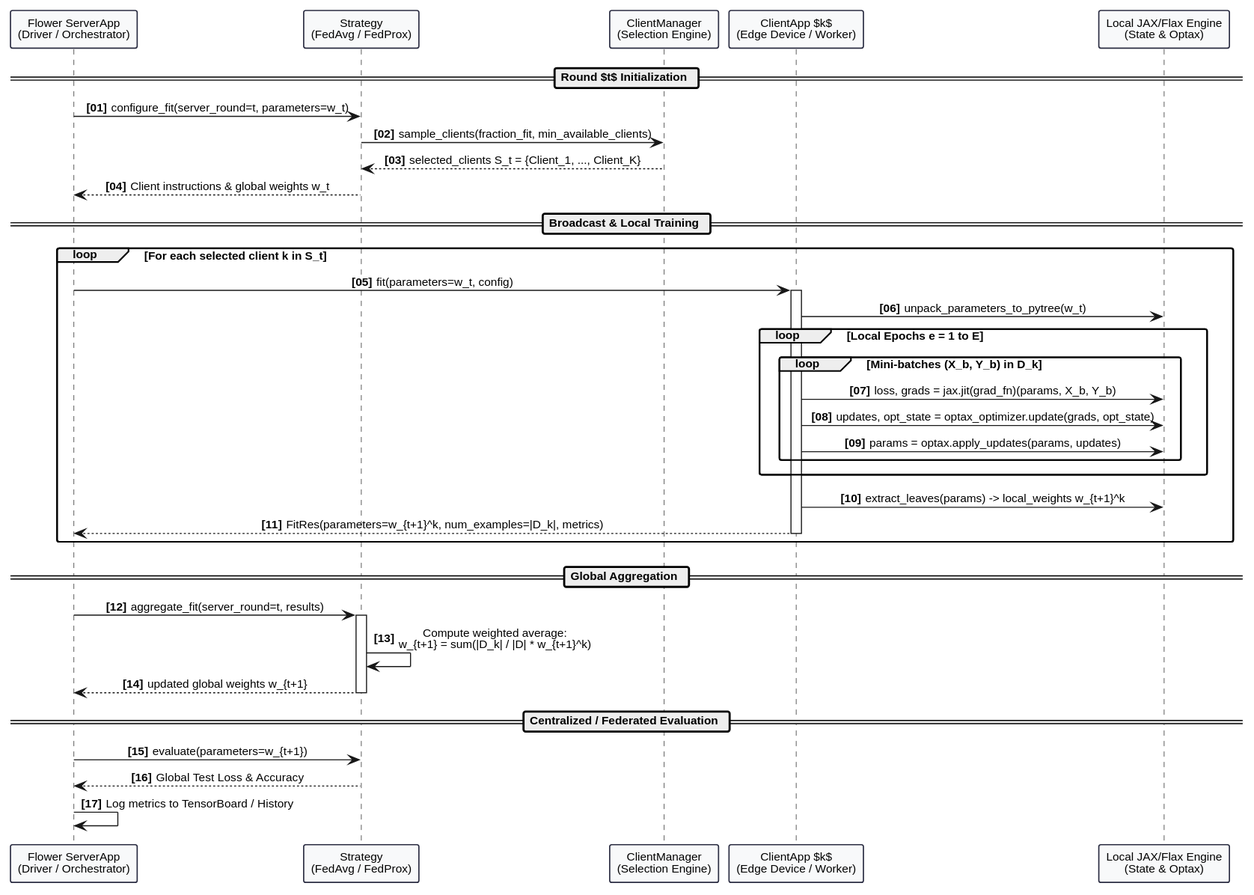
Before: diagrams/02-sequence-diagrams/fl_training_round.svg, a diagram exported from PlantUML (bernardbdas/research).
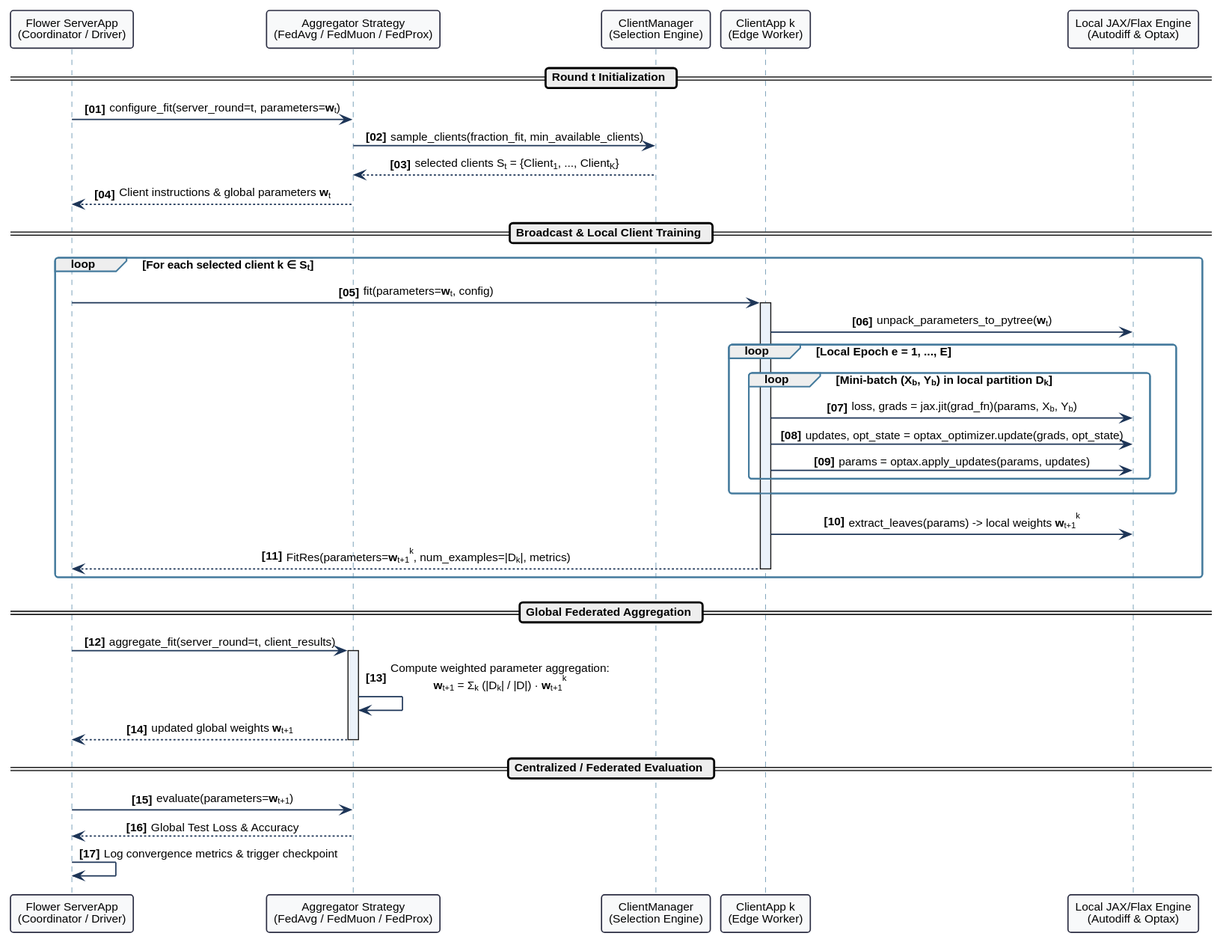
The same diagram one commit later.

Diff of the diagram source:
```diff
@@ -1,7 +1,7 @@
 @startuml
 skinparam monochrome false
 skinparam shadowing false
-skinparam roundcorner 4
+skinparam roundcorner 6
 skinparam defaultFontName "Helvetica"
 skinparam defaultFontSize 11
 skinparam sequenceMessageAlign center
@@ -12,48 +12,56 @@
     BorderThickness 1.2
 }
 
+skinparam sequence {
+    ArrowColor #1D3557
+    ArrowThickness 1.2
+    LifeLineBorderColor #457B9D
+    LifeLineBackgroundColor #EBF2FA
+    GroupBorderColor #457B9D
+}
+
 autonumber "<b>[00]</b>"
 
-participant "Flower ServerApp\n(Driver / Orchestrator)" as Server
-participant "Strategy\n(FedAvg / FedProx)" as Strategy
+participant "Flower ServerApp\n(Coordinator / Driver)" as Server
+participant "Aggregator Strategy\n(FedAvg / FedMuon / FedProx)" as Strategy
 participant "ClientManager\n(Selection Engine)" as CM
-participant "ClientApp $k$\n(Edge Device / Worker)" as Client
-participant "Local JAX/Flax Engine\n(State & Optax)" as JAX
+participant "ClientApp k\n(Edge Worker)" as Client
+participant "Local JAX/Flax Engine\n(Autodiff & Optax)" as JAX
 
-== Round $t$ Initialization ==
-Server -> Strategy : configure_fit(server_round=t, parameters=w_t)
+== Round t Initialization ==
+Server -> Strategy : configure_fit(server_round=t, parameters=<b>w</b><sub>t</sub>)
 Strategy -> CM : sample_clients(fraction_fit, min_available_clients)
-CM --> Strategy : selected_clients S_t = {Client_1, ..., Client_K}
-Strategy --> Server : Client instructions & global weights w_t
+CM --> Strategy : selected clients S<sub>t</sub> = {Client<sub>1</sub>, ..., Client<sub>K</sub>}
+Strategy --> Server : Client instructions & global parameters <b>w</b><sub>t</sub>
 
-== Broadcast & Local Training ==
-loop For each selected client k in S_t
-    Server -> Client : fit(parameters=w_t, config)
+== Broadcast & Local Client Training ==
+loop For each selected client k ∈ S<sub>t</sub>
+    Server -> Client : fit(parameters=<b>w</b><sub>t</sub>, config)
     activate Client
-    Client -> JAX : unpack_parameters_to_pytree(w_t)
+    Client -> JAX : unpack_parameters_to_pytree(<b>w</b><sub>t</sub>)
 
-    loop Local Epochs e = 1 to E
-        loop Mini-batches (X_b, Y_b) in D_k
-            Client -> JAX : loss, grads = jax.jit(grad_fn)(params, X_b, Y_b)
+    loop Local Epoch e = 1, ..., E
+        loop Mini-batch (X<sub>b</sub>, Y<sub>b</sub>) in local partition D<sub>k</sub>
+            Client -> JAX : loss, grads = jax.jit(grad_fn)(params, X<sub>b</sub>, Y<sub>b</sub>)
             Client -> JAX : updates, opt_state = optax_optimizer.update(grads, opt_state)
             Client -> JAX : params = optax.apply_updates(params, updates)
         end
     end
 
-    Client -> JAX : extract_leaves(params) -> local_weights w_{t+1}^k
-    Client --> Server : FitRes(parameters=w_{t+1}^k, num_examples=|D_k|, metrics)
+    Client -> JAX : extract_leaves(params) -> local weights <b>w</b><sub>t+1</sub><sup>k</sup>
+    Client --> Server : FitRes(parameters=<b>w</b><sub>t+1</sub><sup>k</sup>, num_examples=|D<sub>k</sub>|, metrics)
     deactivate Client
 end
 
-== Global Aggregation ==
-Server -> Strategy : aggregate_fit(server_round=t, results)
+== Global Federated Aggregation ==
+Server -> Strategy : aggregate_fit(server_round=t, client_results)
 activate Strategy
-Strategy -> Strategy : Compute weighted average:\nw_{t+1} = sum(|D_k| / |D| * w_{t+1}^k)
-Strategy --> Server : updated global weights w_{t+1}
+Strategy -> Strategy : Compute weighted parameter aggregation:\n<b>w</b><sub>t+1</sub> = Σ<sub>k</sub> (|D<sub>k</sub>| / |D|) · <b>w</b><sub>t+1</sub><sup>k</sup>
+Strategy --> Server : updated global weights <b>w</b><sub>t+1</sub>
 deactivate Strategy
 
 == Centralized / Federated Evaluation ==
-Server -> Strategy : evaluate(parameters=w_{t+1})
+Server -> Strategy : evaluate(parameters=<b>w</b><sub>t+1</sub>)
 Strategy --> Server : Global Test Loss & Accuracy
-Server -> Server : Log metrics to TensorBoard / History
+Server -> Server : Log convergence metrics & trigger checkpoint
 @enduml
```
